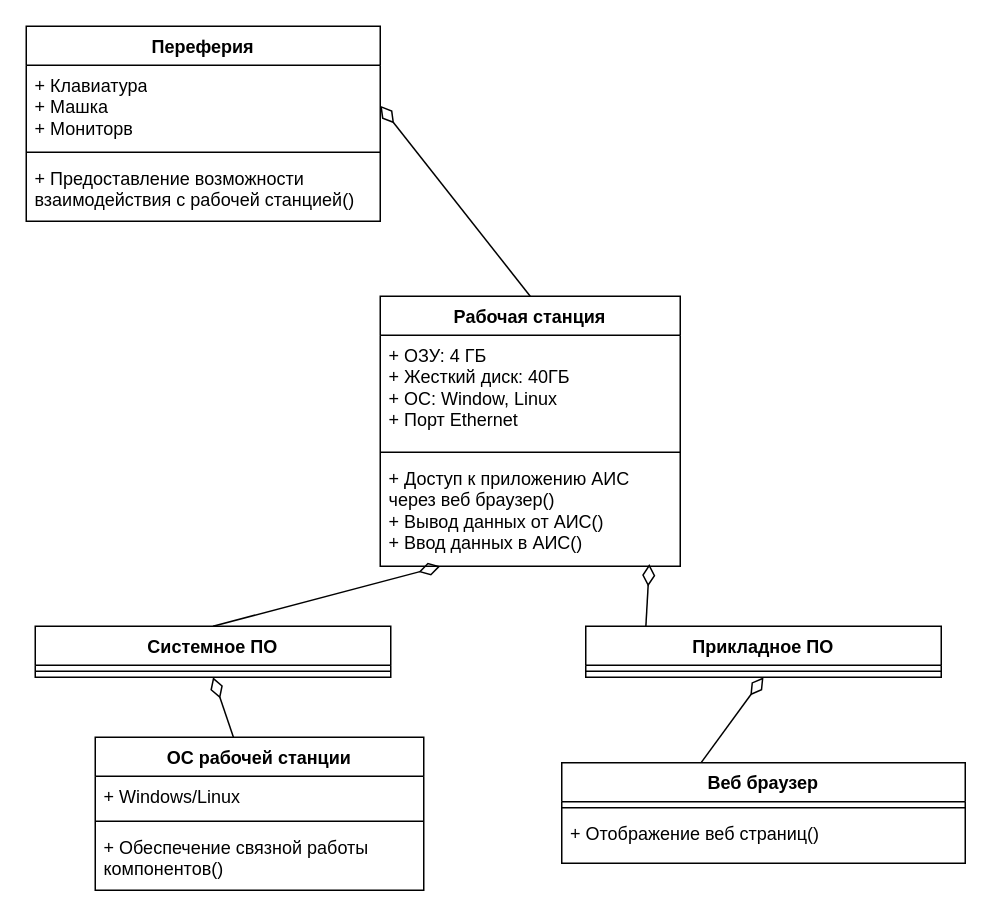
hiff0/db-city-council keeps this draw.io diagram as Определение модели НООП "Рабочая станция".drawio. Above is the earlier version. Source tidied: cells renumbered, new cells numbered last; positions are measured from the earlier drawing's top-left corner, leaving out a move shared by most shapes. Both pictures are drawn from the tidied source at 150%, with x=0, y=0 at pixel (26, 26).
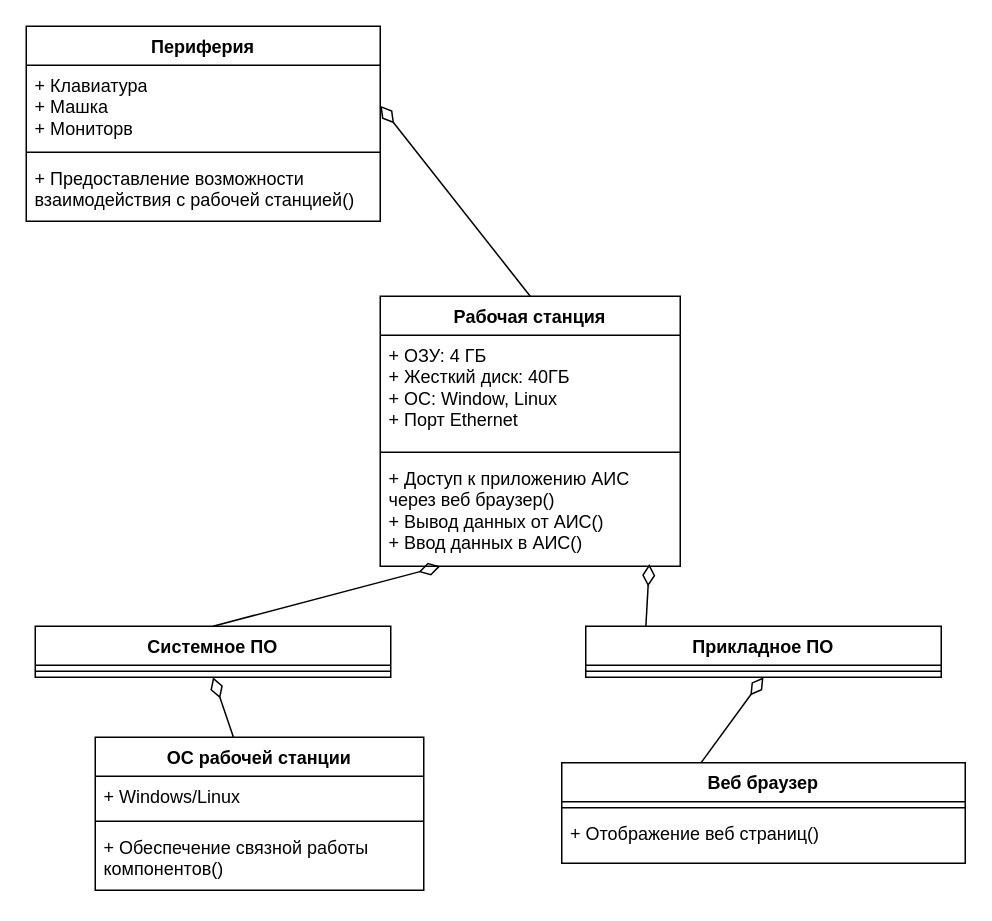
After the change.

The edit, as a diff of the source:
```diff
@@
-    <mxCell id="17" value="Переферия" style="swimlane;fontStyle=1;align=center;verticalAlign=top;horizontal=1;startSize=26;whiteSpace=wrap;html=1;" parent="1" vertex="1">
+    <mxCell id="17" value="Периферия" style="swimlane;fontStyle=1;align=center;verticalAlign=top;horizontal=1;startSize=26;whiteSpace=wrap;html=1;" parent="1" vertex="1">
       <mxGeometry width="236" height="130" as="geometry" />
     </mxCell>
```
